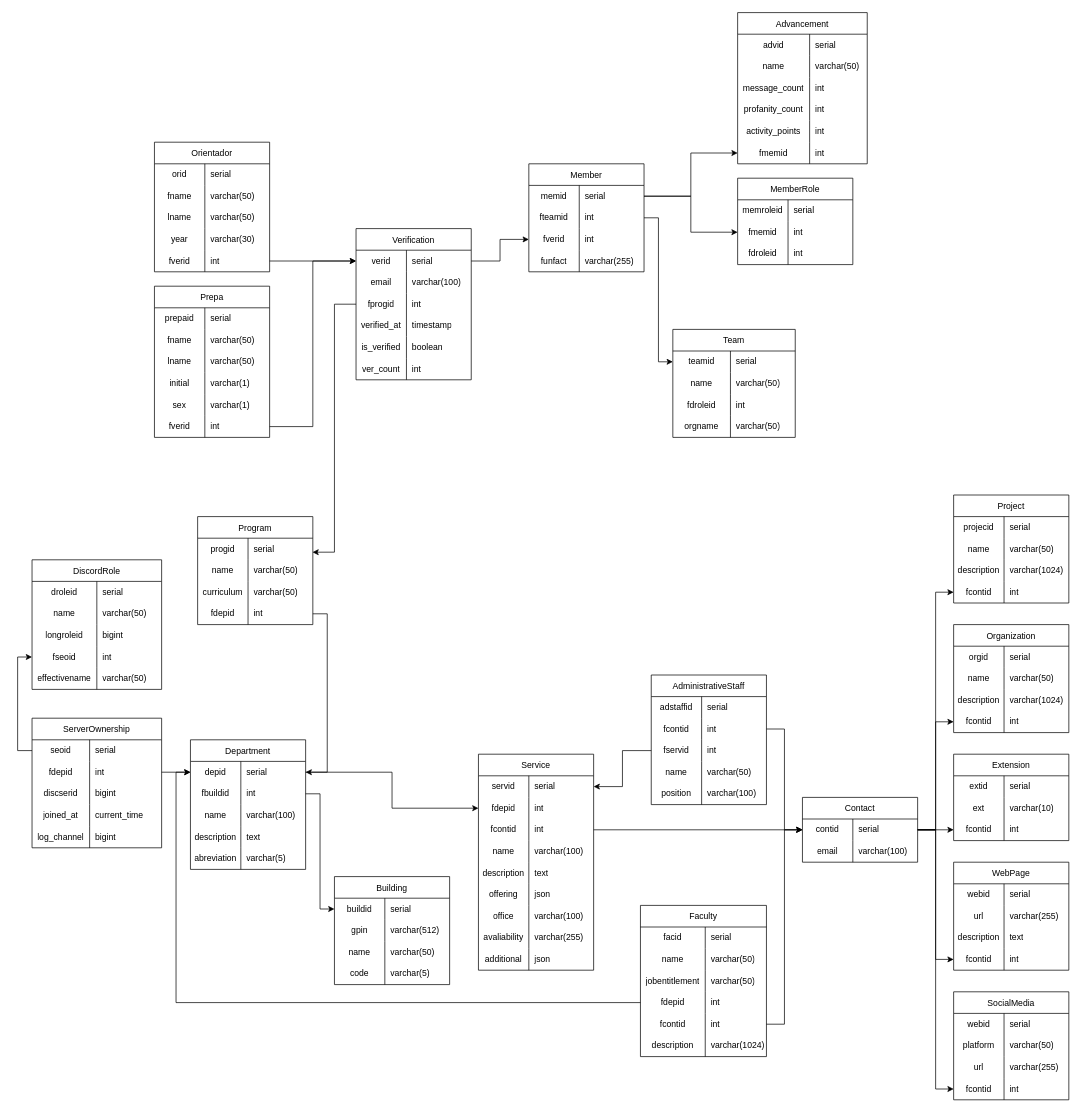
Above: assets/schema/DatabaseSchema.drawio in AlfredoSoto1/BotOrientador (draw.io), before the change. Source tidied: cells renumbered, new cells numbered last; positions are measured from the earlier drawing's top-left corner, leaving out a move shared by most shapes. Both pictures are drawn from the tidied source at 72%, with x=0, y=0 at pixel (32, 12).
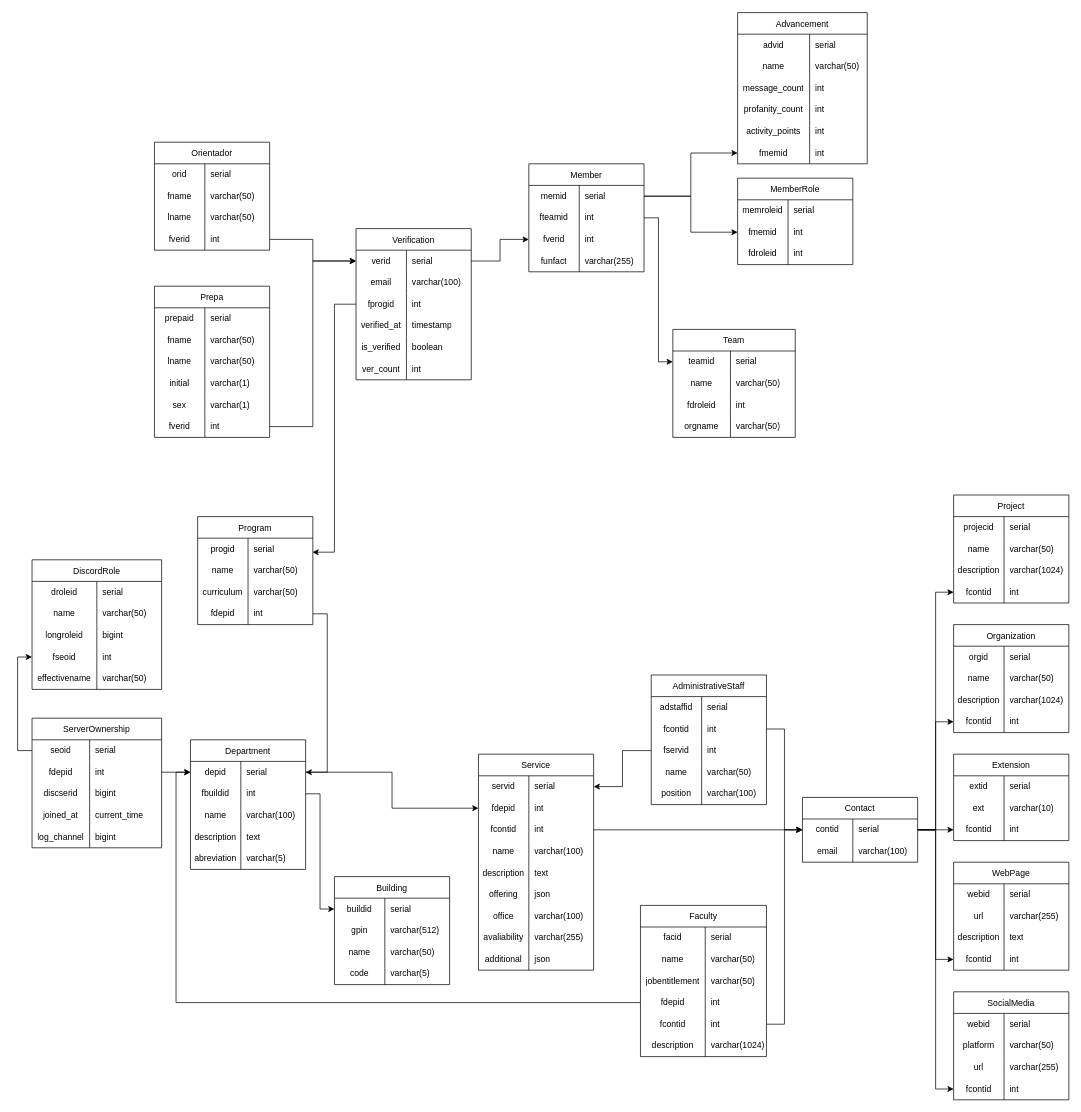
After the change.

Diff of the diagram source:
```diff
@@
     <mxCell id="21" value="Orientador" style="shape=table;startSize=30;childLayout=tableLayout;rowLines=0;fontStyle=0;strokeColor=default;fontSize=12;" parent="1" vertex="1">
-      <mxGeometry x="170" y="180" width="160" height="180" as="geometry" />
+      <mxGeometry x="170" y="180" width="160" height="150" as="geometry" />
     </mxCell>
@@
-    <mxCell id="31" style="shape=tableRow;horizontal=0;startSize=0;swimlaneHead=0;swimlaneBody=0;top=0;left=0;bottom=0;right=0;fillColor=none;strokeColor=inherit;fontSize=12;" parent="21" vertex="1">
-      <mxGeometry y="120" width="160" height="30" as="geometry" />
-    </mxCell>
-    <mxCell id="32" value="year" style="shape=partialRectangle;html=1;whiteSpace=wrap;fillColor=none;top=0;left=0;bottom=0;right=0;overflow=hidden;strokeColor=inherit;fontSize=12;" parent="31" vertex="1">
-      <mxGeometry width="70" height="30" as="geometry" />
-    </mxCell>
-    <mxCell id="33" value="varchar(30)" style="shape=partialRectangle;html=1;whiteSpace=wrap;fillColor=none;top=0;left=0;bottom=0;right=0;align=left;spacingLeft=6;overflow=hidden;strokeColor=inherit;fontSize=12;" parent="31" vertex="1">
-      <mxGeometry x="70" width="90" height="30" as="geometry" />
-    </mxCell>
     <mxCell id="34" style="shape=tableRow;horizontal=0;startSize=0;swimlaneHead=0;swimlaneBody=0;top=0;left=0;bottom=0;right=0;fillColor=none;points=[[0,0.5],[1,0.5]];portConstraint=eastwest;strokeColor=inherit;fontSize=12;" parent="21" vertex="1">
-      <mxGeometry y="150" width="160" height="30" as="geometry" />
+      <mxGeometry y="120" width="160" height="30" as="geometry" />
     </mxCell>
```
